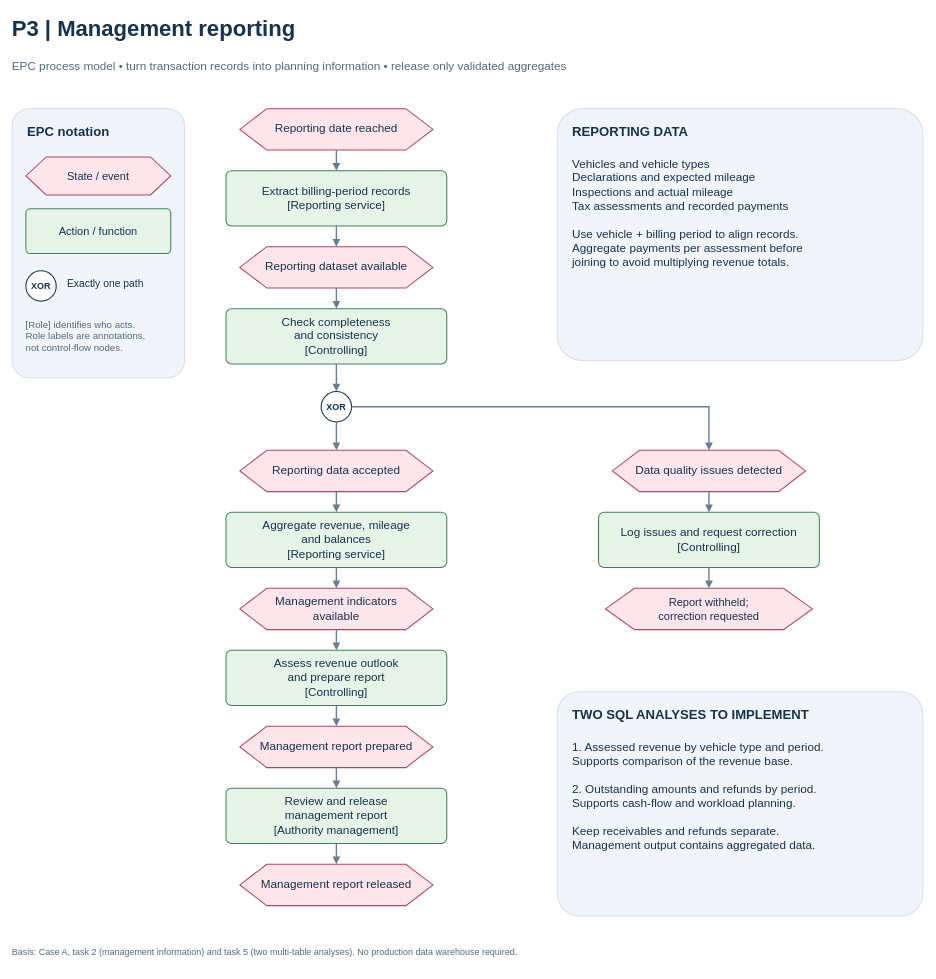
Above: page "03 - Management reporting" (4 of 4) of eved_scope_and_processes.drawio in Mclement197/ikt-hsg-2026 (draw.io), before the change. Source tidied: cells renumbered, new cells numbered last; positions are measured from the earlier drawing's top-left corner, leaving out a move shared by most shapes. Both pictures are drawn from the tidied source at 69%, with x=0, y=0 at pixel (12, 12).
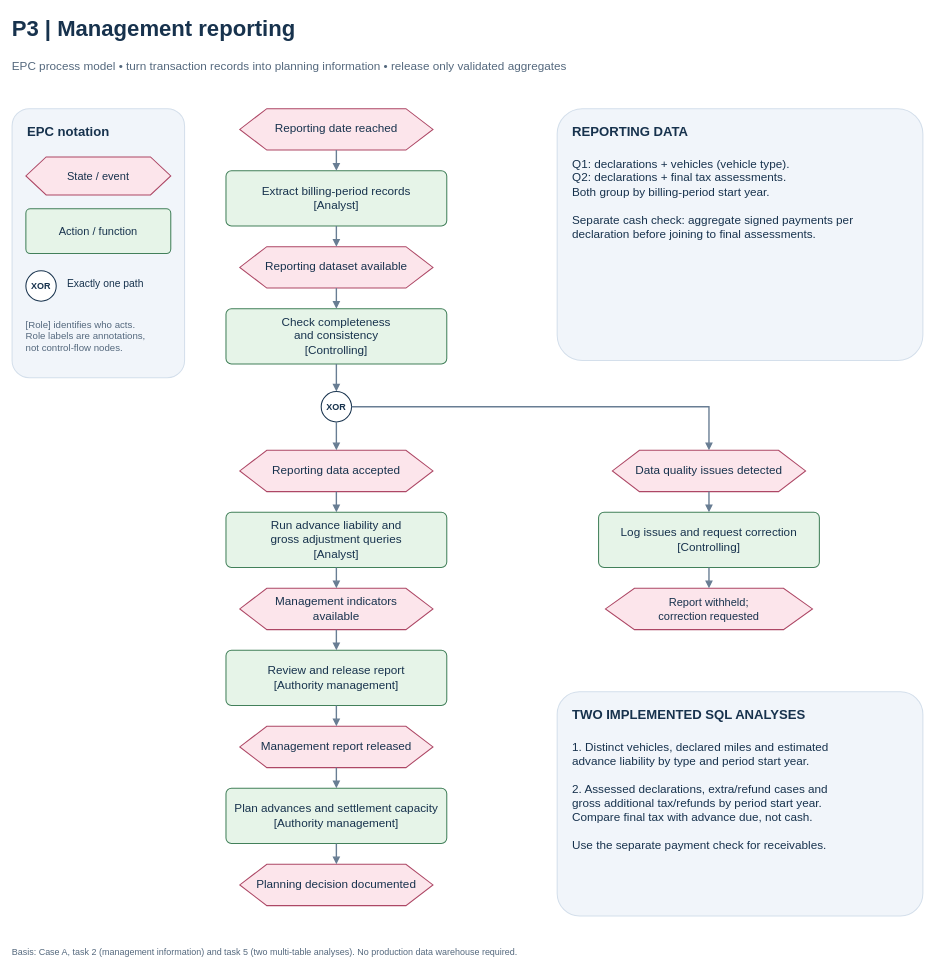
The same page after the edit.

The edit, as a diff of the source:
```diff
@@
-    <mxCell id="14" value="Vehicles and vehicle types&#10;Declarations and expected mileage&#10;Inspections and actual mileage&#10;Tax assessments and recorded payments&#10;&#10;Use vehicle + billing period to align records.&#10;Aggregate payments per assessment before&#10;joining to avoid multiplying revenue totals." style="whiteSpace=wrap;html=0;fontFamily=Arial;fontSize=17;fontColor=#17324D;fillColor=none;strokeColor=none;strokeWidth=1.5;align=left;verticalAlign=middle;spacing=12;text;spacing=0;" parent="1" vertex="1">
+    <mxCell id="14" value="Q1: declarations + vehicles (vehicle type).&#10;Q2: declarations + final tax assessments.&#10;Both group by billing-period start year.&#10;&#10;Separate cash check: aggregate signed payments per&#10;declaration before joining to final assessments." style="whiteSpace=wrap;html=0;fontFamily=Arial;fontSize=17;fontColor=#17324D;fillColor=none;strokeColor=none;strokeWidth=1.5;align=left;verticalAlign=middle;spacing=12;text;spacing=0;" parent="1" vertex="1">
       <mxGeometry x="812" y="206" width="486" height="285" as="geometry" />
     </mxCell>
@@
-    <mxCell id="16" value="Extract billing-period records&#10;[Reporting service]" style="whiteSpace=wrap;html=0;fontFamily=Arial;fontSize=17;fontColor=#17324D;fillColor=#E6F4E8;strokeColor=#42805A;strokeWidth=1.5;align=center;verticalAlign=middle;spacing=12;rounded=1;arcSize=10;" parent="1" vertex="1">
+    <mxCell id="16" value="Extract billing-period records&#10;[Analyst]" style="whiteSpace=wrap;html=0;fontFamily=Arial;fontSize=17;fontColor=#17324D;fillColor=#E6F4E8;strokeColor=#42805A;strokeWidth=1.5;align=center;verticalAlign=middle;spacing=12;rounded=1;arcSize=10;" parent="1" vertex="1">
       <mxGeometry x="310" y="230" width="320" height="80" as="geometry" />
     </mxCell>
@@
-    <mxCell id="21" value="Aggregate revenue, mileage&#10;and balances&#10;[Reporting service]" style="whiteSpace=wrap;html=0;fontFamily=Arial;fontSize=17;fontColor=#17324D;fillColor=#E6F4E8;strokeColor=#42805A;strokeWidth=1.5;align=center;verticalAlign=middle;spacing=12;rounded=1;arcSize=10;" parent="1" vertex="1">
+    <mxCell id="21" value="Run advance liability and&#10;gross adjustment queries&#10;[Analyst]" style="whiteSpace=wrap;html=0;fontFamily=Arial;fontSize=17;fontColor=#17324D;fillColor=#E6F4E8;strokeColor=#42805A;strokeWidth=1.5;align=center;verticalAlign=middle;spacing=12;rounded=1;arcSize=10;" parent="1" vertex="1">
       <mxGeometry x="310" y="725" width="320" height="80" as="geometry" />
     </mxCell>
@@
-    <mxCell id="23" value="Assess revenue outlook&#10;and prepare report&#10;[Controlling]" style="whiteSpace=wrap;html=0;fontFamily=Arial;fontSize=17;fontColor=#17324D;fillColor=#E6F4E8;strokeColor=#42805A;strokeWidth=1.5;align=center;verticalAlign=middle;spacing=12;rounded=1;arcSize=10;" parent="1" vertex="1">
+    <mxCell id="23" value="Review and release report&#10;[Authority management]" style="whiteSpace=wrap;html=0;fontFamily=Arial;fontSize=17;fontColor=#17324D;fillColor=#E6F4E8;strokeColor=#42805A;strokeWidth=1.5;align=center;verticalAlign=middle;spacing=12;rounded=1;arcSize=10;" parent="1" vertex="1">
       <mxGeometry x="310" y="925" width="320" height="80" as="geometry" />
     </mxCell>
-    <mxCell id="24" value="Management report prepared" style="whiteSpace=wrap;html=0;fontFamily=Arial;fontSize=17;fontColor=#17324D;fillColor=#FCE5EB;strokeColor=#AD4765;strokeWidth=1.5;align=center;verticalAlign=middle;spacing=12;shape=hexagon;perimeter=hexagonPerimeter;size=0.14;" parent="1" vertex="1">
+    <mxCell id="24" value="Management report released" style="whiteSpace=wrap;html=0;fontFamily=Arial;fontSize=17;fontColor=#17324D;fillColor=#FCE5EB;strokeColor=#AD4765;strokeWidth=1.5;align=center;verticalAlign=middle;spacing=12;shape=hexagon;perimeter=hexagonPerimeter;size=0.14;" parent="1" vertex="1">
       <mxGeometry x="330" y="1035" width="280" height="60" as="geometry" />
     </mxCell>
-    <mxCell id="25" value="Review and release&#10;management report&#10;[Authority management]" style="whiteSpace=wrap;html=0;fontFamily=Arial;fontSize=17;fontColor=#17324D;fillColor=#E6F4E8;strokeColor=#42805A;strokeWidth=1.5;align=center;verticalAlign=middle;spacing=12;rounded=1;arcSize=10;" parent="1" vertex="1">
+    <mxCell id="25" value="Plan advances and settlement capacity&#10;[Authority management]" style="whiteSpace=wrap;html=0;fontFamily=Arial;fontSize=17;fontColor=#17324D;fillColor=#E6F4E8;strokeColor=#42805A;strokeWidth=1.5;align=center;verticalAlign=middle;spacing=12;rounded=1;arcSize=10;" parent="1" vertex="1">
       <mxGeometry x="310" y="1125" width="320" height="80" as="geometry" />
     </mxCell>
-    <mxCell id="26" value="Management report released" style="whiteSpace=wrap;html=0;fontFamily=Arial;fontSize=17;fontColor=#17324D;fillColor=#FCE5EB;strokeColor=#AD4765;strokeWidth=1.5;align=center;verticalAlign=middle;spacing=12;shape=hexagon;perimeter=hexagonPerimeter;size=0.14;" parent="1" vertex="1">
+    <mxCell id="26" value="Planning decision documented" style="whiteSpace=wrap;html=0;fontFamily=Arial;fontSize=17;fontColor=#17324D;fillColor=#FCE5EB;strokeColor=#AD4765;strokeWidth=1.5;align=center;verticalAlign=middle;spacing=12;shape=hexagon;perimeter=hexagonPerimeter;size=0.14;" parent="1" vertex="1">
       <mxGeometry x="330" y="1235" width="280" height="60" as="geometry" />
     </mxCell>
@@
-    <mxCell id="31" value="TWO SQL ANALYSES TO IMPLEMENT" style="whiteSpace=wrap;html=0;fontFamily=Arial;fontSize=19;fontColor=#17324D;fillColor=none;strokeColor=none;strokeWidth=1.5;align=left;verticalAlign=middle;spacing=12;fontStyle=1;text;spacing=0;" parent="1" vertex="1">
+    <mxCell id="31" value="TWO IMPLEMENTED SQL ANALYSES" style="whiteSpace=wrap;html=0;fontFamily=Arial;fontSize=19;fontColor=#17324D;fillColor=none;strokeColor=none;strokeWidth=1.5;align=left;verticalAlign=middle;spacing=12;fontStyle=1;text;spacing=0;" parent="1" vertex="1">
       <mxGeometry x="812" y="1003" width="486" height="36" as="geometry" />
     </mxCell>
-    <mxCell id="32" value="1. Assessed revenue by vehicle type and period.&#10;   Supports comparison of the revenue base.&#10;&#10;2. Outstanding amounts and refunds by period.&#10;   Supports cash-flow and workload planning.&#10;&#10;Keep receivables and refunds separate.&#10;Management output contains aggregated data." style="whiteSpace=wrap;html=0;fontFamily=Arial;fontSize=17;fontColor=#17324D;fillColor=none;strokeColor=none;strokeWidth=1.5;align=left;verticalAlign=middle;spacing=12;text;spacing=0;" parent="1" vertex="1">
+    <mxCell id="32" value="1. Distinct vehicles, declared miles and estimated&#10;advance liability by type and period start year.&#10;&#10;2. Assessed declarations, extra/refund cases and&#10;gross additional tax/refunds by period start year.&#10;Compare final tax with advance due, not cash.&#10;&#10;Use the separate payment check for receivables." style="whiteSpace=wrap;html=0;fontFamily=Arial;fontSize=17;fontColor=#17324D;fillColor=none;strokeColor=none;strokeWidth=1.5;align=left;verticalAlign=middle;spacing=12;text;spacing=0;" parent="1" vertex="1">
       <mxGeometry x="812" y="1051" width="486" height="245" as="geometry" />
     </mxCell>
```
